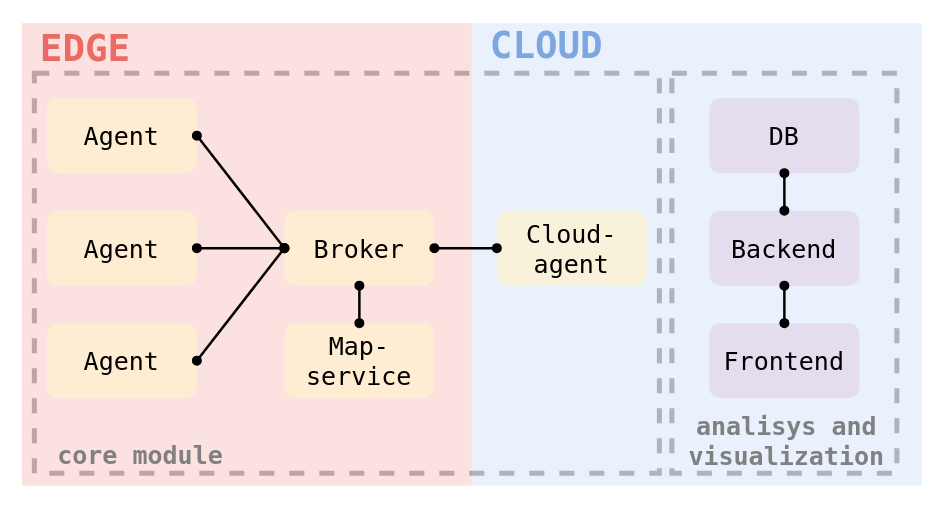
mactat/map-pacer keeps this draw.io diagram as docs/diagrams/services.drawio. Above is the earlier version. Source tidied: cells renumbered, new cells numbered last; positions are measured from the earlier drawing's top-left corner, leaving out a move shared by most shapes. Both pictures are drawn from the tidied source at 125%, with x=0, y=0 at pixel (21, 22).
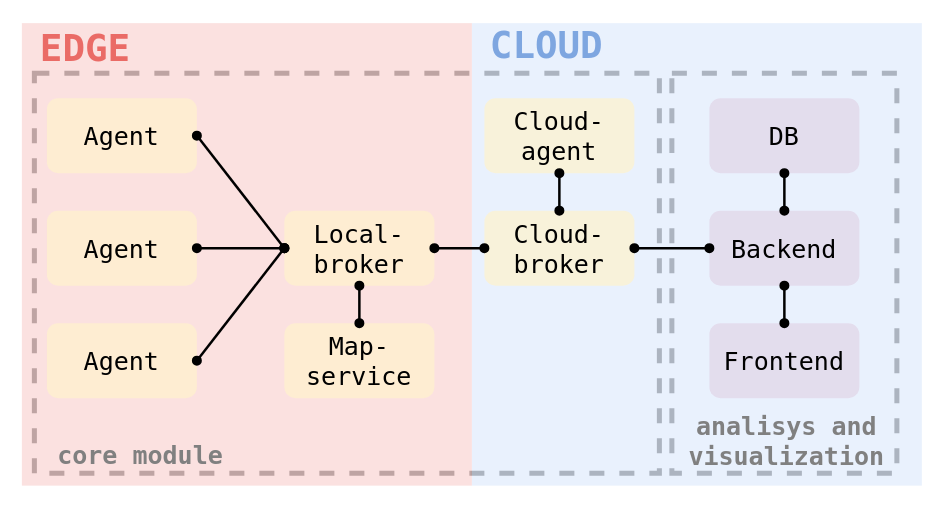
The same diagram, later.

Commit message:
communication diagram

Unchanged cells that the change refers to:
```xml
<mxCell id="9" value="&lt;font face=&quot;Lucida Console&quot;&gt;&lt;span style=&quot;font-size: 20px;&quot;&gt;Backend&lt;/span&gt;&lt;/font&gt;" style="rounded=1;whiteSpace=wrap;html=1;fillColor=#e1d5e7;strokeColor=none;opacity=70;" parent="1" vertex="1">
  <mxGeometry x="550" y="150" width="120" height="60" as="geometry" />
</mxCell>
```

The edit, as a diff of the source:
```diff
@@
-    <mxCell id="13" value="&lt;font face=&quot;Lucida Console&quot;&gt;&lt;span style=&quot;font-size: 20px;&quot;&gt;Broker&lt;/span&gt;&lt;/font&gt;" style="rounded=1;whiteSpace=wrap;html=1;fillColor=#fff2cc;strokeColor=none;opacity=70;" parent="1" vertex="1">
+    <mxCell id="13" value="&lt;font face=&quot;Lucida Console&quot;&gt;&lt;span style=&quot;font-size: 20px;&quot;&gt;Local-broker&lt;/span&gt;&lt;/font&gt;" style="rounded=1;whiteSpace=wrap;html=1;fillColor=#fff2cc;strokeColor=none;opacity=70;" parent="1" vertex="1">
       <mxGeometry x="210" y="150" width="120" height="60" as="geometry" />
     </mxCell>
     <mxCell id="14" value="&lt;span style=&quot;font-size: 20px;&quot;&gt;&lt;font face=&quot;Lucida Console&quot;&gt;Cloud-agent&lt;/font&gt;&lt;/span&gt;" style="rounded=1;whiteSpace=wrap;html=1;fillColor=#fff2cc;strokeColor=none;opacity=70;" parent="1" vertex="1">
-      <mxGeometry x="380" y="150" width="120" height="60" as="geometry" />
+      <mxGeometry x="370" y="60" width="120" height="60" as="geometry" />
     </mxCell>
@@
-    <mxCell id="19" style="endArrow=oval;html=1;rounded=0;fontFamily=Lucida Console;fontSize=20;exitX=1;exitY=0.5;exitDx=0;exitDy=0;entryX=0;entryY=0.5;entryDx=0;entryDy=0;startArrow=oval;startFill=1;strokeWidth=2;endFill=1;" parent="1" edge="1" target="14">
-      <mxGeometry relative="1" as="geometry">
-        <mxPoint x="330" y="180" as="sourcePoint" />
-      </mxGeometry>
-    </mxCell>
@@
+    <mxCell id="26" value="&lt;span style=&quot;font-size: 20px;&quot;&gt;&lt;font face=&quot;Lucida Console&quot;&gt;Cloud-broker&lt;/font&gt;&lt;/span&gt;" style="rounded=1;whiteSpace=wrap;html=1;fillColor=#fff2cc;strokeColor=none;opacity=70;" parent="1" vertex="1">
+      <mxGeometry x="370" y="150" width="120" height="60" as="geometry" />
+    </mxCell>
+    <mxCell id="27" style="endArrow=oval;html=1;rounded=0;fontFamily=Lucida Console;fontSize=20;entryX=0.5;entryY=0;entryDx=0;entryDy=0;startArrow=oval;startFill=1;strokeWidth=2;endFill=1;" parent="1" edge="1" source="14" target="26">
+      <mxGeometry relative="1" as="geometry" />
+    </mxCell>
+    <mxCell id="28" style="endArrow=oval;html=1;rounded=0;fontFamily=Lucida Console;fontSize=20;entryX=1;entryY=0.5;entryDx=0;entryDy=0;startArrow=oval;startFill=1;strokeWidth=2;endFill=1;exitX=0;exitY=0.5;exitDx=0;exitDy=0;" parent="1" edge="1" source="9" target="26">
+      <mxGeometry relative="1" as="geometry" />
+    </mxCell>
+    <mxCell id="29" style="endArrow=oval;html=1;rounded=0;fontFamily=Lucida Console;fontSize=20;entryX=1;entryY=0.5;entryDx=0;entryDy=0;startArrow=oval;startFill=1;strokeWidth=2;endFill=1;" parent="1" edge="1" target="13">
+      <mxGeometry relative="1" as="geometry">
+        <mxPoint x="370" y="180" as="sourcePoint" />
+      </mxGeometry>
+    </mxCell>
```
